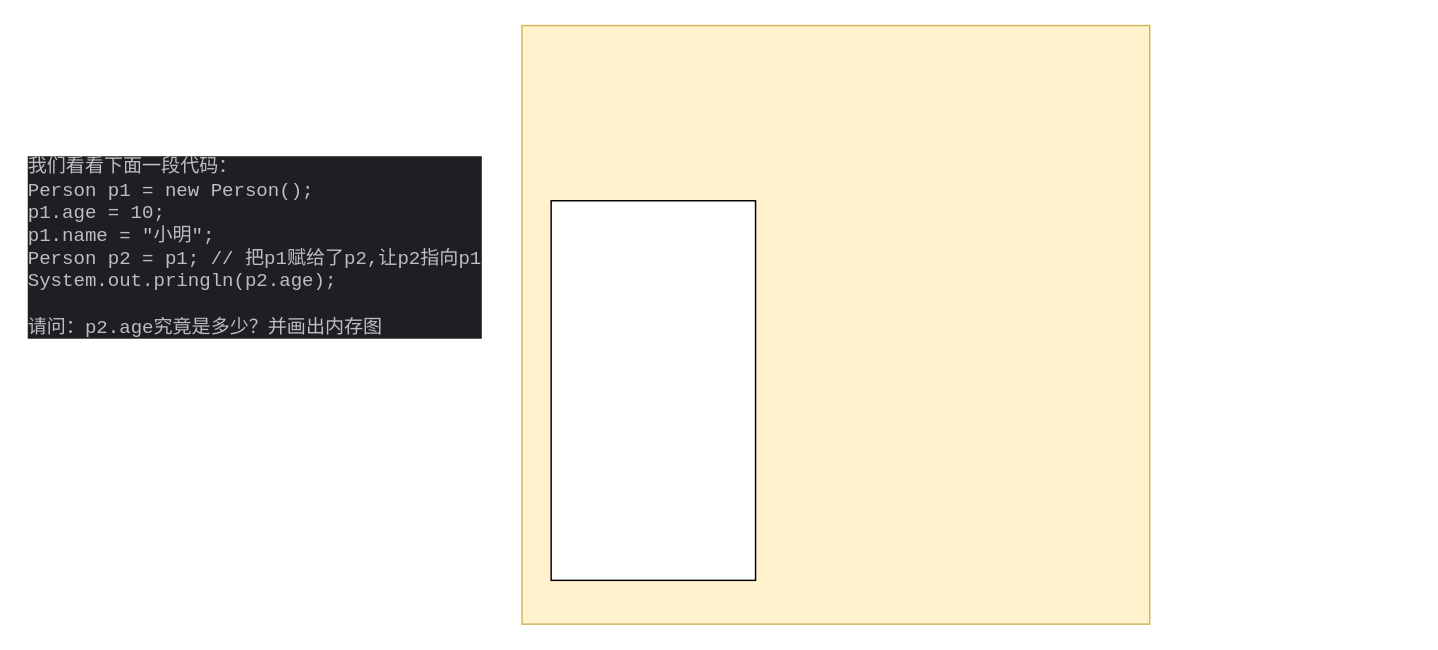
Above: chapter7/jvm的内存对象存在形式.drawio in muxin-4/hspJava (draw.io), before the change. Source tidied: cells renumbered, new cells numbered last; positions are measured from the earlier drawing's top-left corner, leaving out a move shared by most shapes. Both pictures are drawn from the tidied source at 146%, with x=0, y=0 at pixel (25, 25).
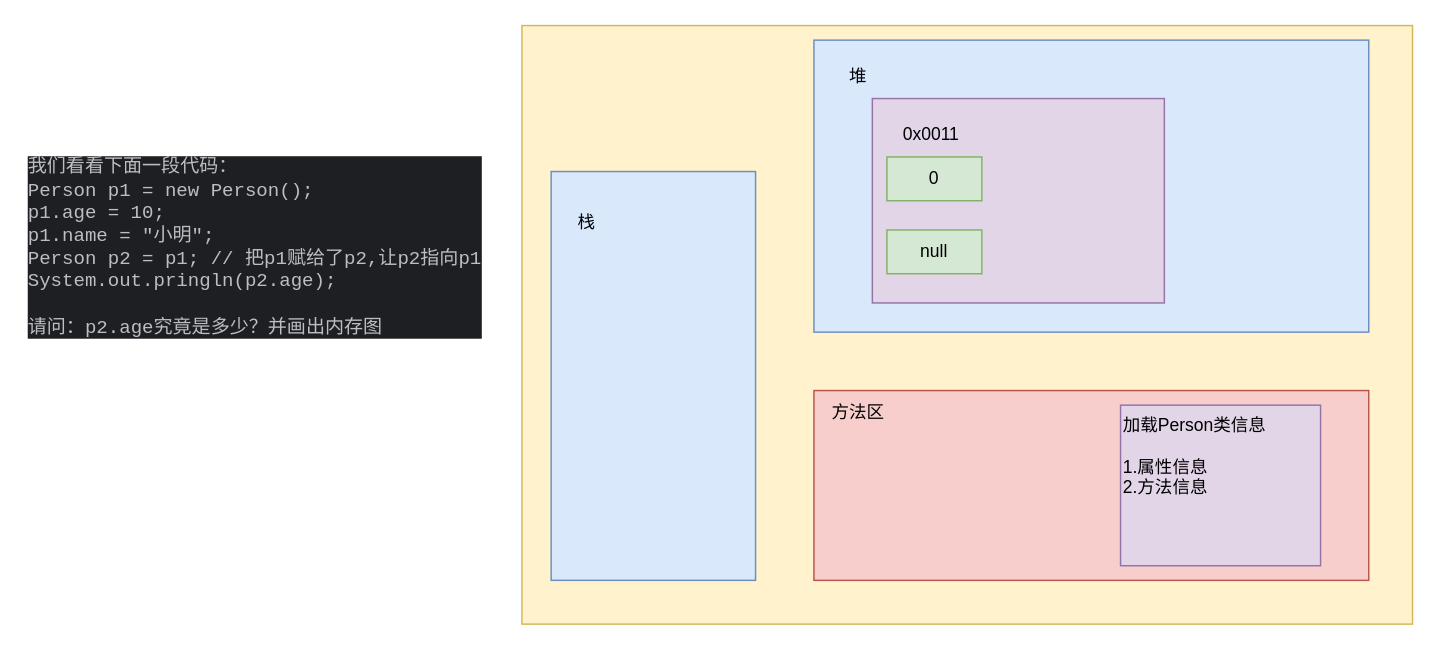
After the change.

Commit message:
对象分配机制.drawio

Change to the diagram source:
```diff
@@
 <mxGraphModel>
   <root>
     <mxCell id="0" />
     <mxCell id="1" parent="0" />
     <mxCell id="2" value="&lt;div style=&quot;background-color:#1e1f22;color:#bcbec4&quot;&gt;&lt;pre style=&quot;font-family:'Menlo-Regular',monospace;font-size:9.8pt;&quot;&gt;我们看看下面一段代码：&lt;br&gt;&lt;span style=&quot;font-family:'JetBrains Mono',monospace;&quot;&gt;Person p1 = new Person();&lt;br&gt;&lt;/span&gt;&lt;span style=&quot;font-family:'JetBrains Mono',monospace;&quot;&gt;p1.age = 10;&lt;br&gt;&lt;/span&gt;&lt;span style=&quot;font-family:'JetBrains Mono',monospace;&quot;&gt;p1.name = &quot;&lt;/span&gt;小明&lt;span style=&quot;font-family:'JetBrains Mono',monospace;&quot;&gt;&quot;;&lt;br&gt;&lt;/span&gt;&lt;span style=&quot;font-family:'JetBrains Mono',monospace;&quot;&gt;Person p2 = p1; // &lt;/span&gt;把&lt;span style=&quot;font-family:'JetBrains Mono',monospace;&quot;&gt;p1&lt;/span&gt;赋给了&lt;span style=&quot;font-family:'JetBrains Mono',monospace;&quot;&gt;p2,&lt;/span&gt;让&lt;span style=&quot;font-family:'JetBrains Mono',monospace;&quot;&gt;p2&lt;/span&gt;指向&lt;span style=&quot;font-family:'JetBrains Mono',monospace;&quot;&gt;p1&lt;br&gt;&lt;/span&gt;&lt;span style=&quot;font-family:'JetBrains Mono',monospace;&quot;&gt;System.out.pringln(p2.age);&lt;br&gt;&lt;/span&gt;&lt;span style=&quot;font-family:'JetBrains Mono',monospace;&quot;&gt;&lt;br&gt;&lt;/span&gt;请问：&lt;span style=&quot;font-family:'JetBrains Mono',monospace;&quot;&gt;p2.age&lt;/span&gt;究竟是多少？并画出内存图&lt;/pre&gt;&lt;/div&gt;" style="text;whiteSpace=wrap;html=1;" parent="1" vertex="1">
       <mxGeometry y="70" width="350" height="180" as="geometry" />
     </mxCell>
     <mxCell id="3" style="rounded=0;whiteSpace=wrap;html=1;fillColor=#fff2cc;strokeColor=#d6b656;" parent="1" vertex="1">
-      <mxGeometry x="340" width="430" height="410" as="geometry" />
+      <mxGeometry x="340" width="610" height="410" as="geometry" />
     </mxCell>
-    <mxCell id="4" style="rounded=0;whiteSpace=wrap;html=1;" parent="1" vertex="1">
-      <mxGeometry x="360" y="120" width="140" height="260" as="geometry" />
+    <mxCell id="4" style="rounded=0;whiteSpace=wrap;html=1;fillColor=#dae8fc;strokeColor=#6c8ebf;" parent="1" vertex="1">
+      <mxGeometry x="360" y="100" width="140" height="280" as="geometry" />
     </mxCell>
+    <mxCell id="5" value="栈" style="text;html=1;align=center;verticalAlign=middle;strokeColor=none;fillColor=none;" parent="1" vertex="1">
+      <mxGeometry x="364" y="120" width="40" height="30" as="geometry" />
+    </mxCell>
+    <mxCell id="6" style="rounded=0;whiteSpace=wrap;html=1;fillColor=#dae8fc;strokeColor=#6c8ebf;" parent="1" vertex="1">
+      <mxGeometry x="540" y="10" width="380" height="200" as="geometry" />
+    </mxCell>
+    <mxCell id="7" style="rounded=0;whiteSpace=wrap;html=1;fillColor=#f8cecc;strokeColor=#b85450;" parent="1" vertex="1">
+      <mxGeometry x="540" y="250" width="380" height="130" as="geometry" />
+    </mxCell>
+    <mxCell id="8" value="堆" style="text;html=1;align=center;verticalAlign=middle;strokeColor=none;fillColor=none;" parent="1" vertex="1">
+      <mxGeometry x="550" y="20" width="40" height="30" as="geometry" />
+    </mxCell>
+    <mxCell id="9" style="rounded=0;whiteSpace=wrap;html=1;fillColor=#e1d5e7;strokeColor=#9673a6;" parent="1" vertex="1">
+      <mxGeometry x="750" y="260" width="137" height="110" as="geometry" />
+    </mxCell>
+    <mxCell id="10" value="方法区" style="text;html=1;align=center;verticalAlign=middle;strokeColor=none;fillColor=none;" parent="1" vertex="1">
+      <mxGeometry x="540" y="250" width="60" height="30" as="geometry" />
+    </mxCell>
+    <mxCell id="11" value="加载Person类信息&lt;div&gt;&lt;br&gt;&lt;div&gt;1.属性信息&lt;/div&gt;&lt;div&gt;2.方法信息&lt;/div&gt;&lt;/div&gt;" style="text;html=1;align=left;verticalAlign=middle;strokeColor=none;fillColor=none;" parent="1" vertex="1">
+      <mxGeometry x="750" y="260" width="120" height="70" as="geometry" />
+    </mxCell>
+    <mxCell id="12" style="rounded=0;whiteSpace=wrap;html=1;fillColor=#e1d5e7;strokeColor=#9673a6;align=left;" parent="1" vertex="1">
+      <mxGeometry x="580" y="50" width="200" height="140" as="geometry" />
+    </mxCell>
+    <mxCell id="13" value="0x0011" style="text;html=1;align=center;verticalAlign=middle;strokeColor=none;fillColor=none;" parent="1" vertex="1">
+      <mxGeometry x="590" y="60" width="60" height="30" as="geometry" />
+    </mxCell>
+    <mxCell id="14" value="0" style="rounded=0;whiteSpace=wrap;html=1;fillColor=#d5e8d4;strokeColor=#82b366;" parent="1" vertex="1">
+      <mxGeometry x="590" y="90" width="65" height="30" as="geometry" />
+    </mxCell>
+    <mxCell id="15" value="null" style="rounded=0;whiteSpace=wrap;html=1;fillColor=#d5e8d4;strokeColor=#82b366;" parent="1" vertex="1">
+      <mxGeometry x="590" y="140" width="65" height="30" as="geometry" />
+    </mxCell>
   </root>
 </mxGraphModel>
```
